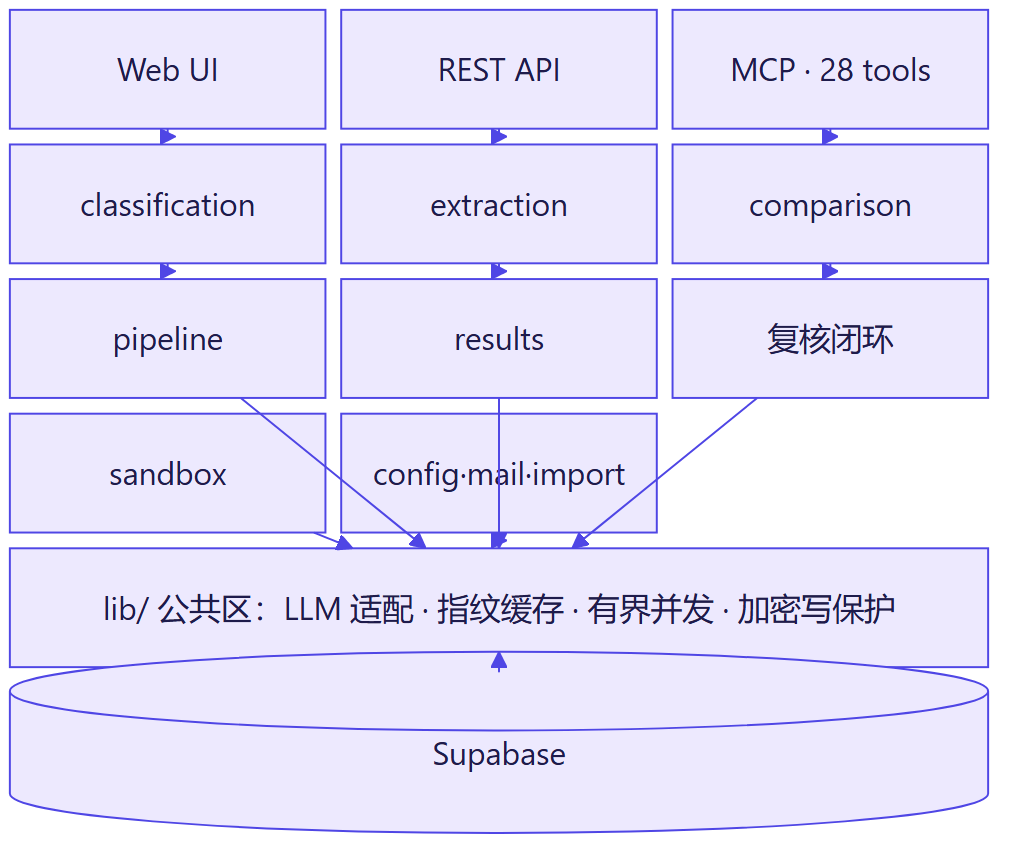
The Mermaid diagram docs/diagrams/architecture.png in xbl2602/Averis-Monash-Hackathon-2026---Cat-on-Lime, before a commit. Its source is kept beside it as docs/diagrams/architecture.mmd. Source of this version:
```mermaid
block-beta
  columns 3
  UI["Web UI"] REST["REST API"] MCP["MCP · 28 tools"]
  CLS["classification"] EXT["extraction"] CMP["comparison"]
  PIPE["pipeline"] RES["results"] REV["复核闭环"]
  SB["sandbox"] CFG["config·mail·import"] space
  LIB["lib/ 公共区：LLM 适配 · 指纹缓存 · 有界并发 · 加密写保护"]:3
  DB[("Supabase")]:3
  UI --> CLS
  REST --> EXT
  MCP --> CMP
  CLS --> PIPE
  EXT --> RES
  CMP --> REV
  PIPE --> LIB
  RES --> LIB
  REV --> LIB
  SB --> LIB
  CFG --> LIB
  LIB --> DB
```
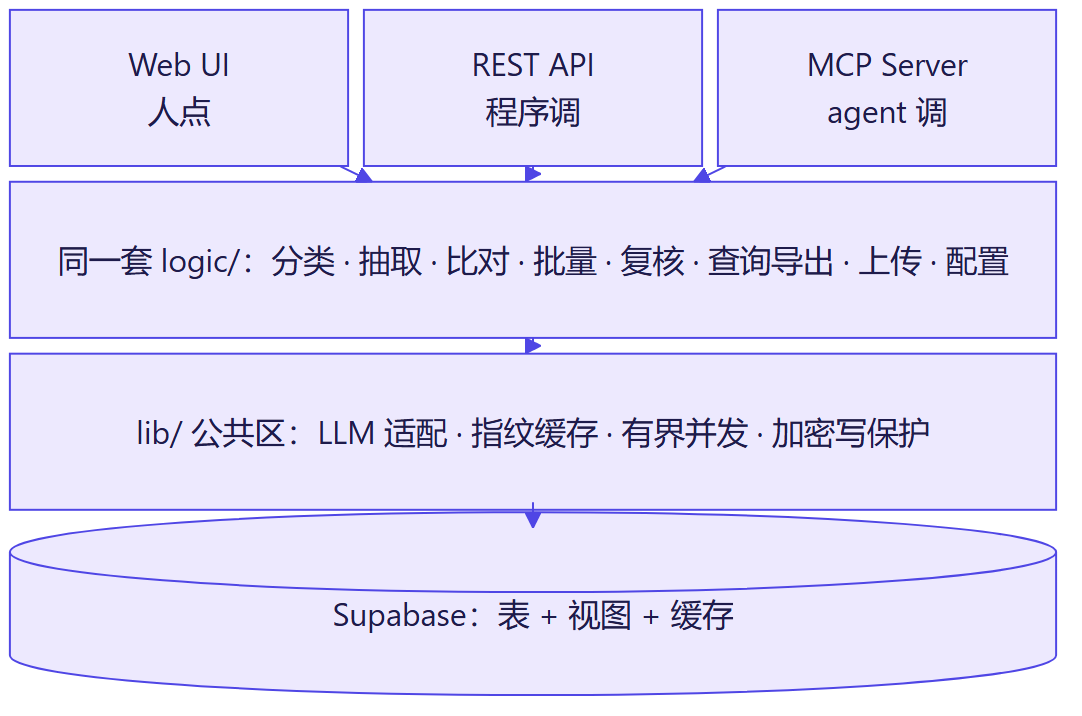
The same file after the commit.

Commit message:
架构图改漏斗语义

Diff of the diagram source:
```diff
@@ -1,20 +1,11 @@
 block-beta
   columns 3
-  UI["Web UI"] REST["REST API"] MCP["MCP · 28 tools"]
-  CLS["classification"] EXT["extraction"] CMP["comparison"]
-  PIPE["pipeline"] RES["results"] REV["复核闭环"]
-  SB["sandbox"] CFG["config·mail·import"] space
+  UI["Web UI<br/>人点"] REST["REST API<br/>程序调"] MCP["MCP Server<br/>agent 调"]
+  LOGIC["同一套 logic/：分类 · 抽取 · 比对 · 批量 · 复核 · 查询导出 · 上传 · 配置"]:3
   LIB["lib/ 公共区：LLM 适配 · 指纹缓存 · 有界并发 · 加密写保护"]:3
-  DB[("Supabase")]:3
-  UI --> CLS
-  REST --> EXT
-  MCP --> CMP
-  CLS --> PIPE
-  EXT --> RES
-  CMP --> REV
-  PIPE --> LIB
-  RES --> LIB
-  REV --> LIB
-  SB --> LIB
-  CFG --> LIB
+  DB[("Supabase：表 + 视图 + 缓存")]:3
+  UI --> LOGIC
+  REST --> LOGIC
+  MCP --> LOGIC
+  LOGIC --> LIB
   LIB --> DB
```
